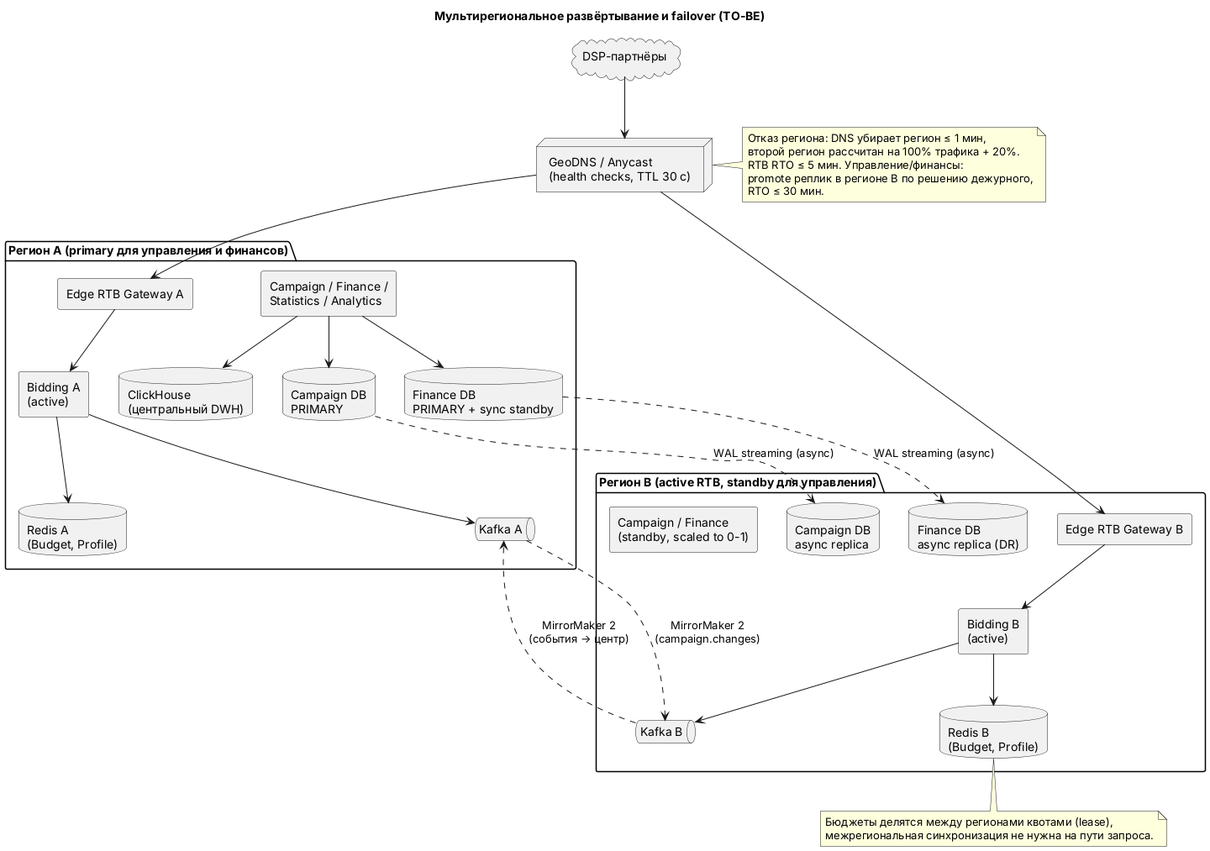
This is Task3/diagrams/multi-region-failover.png from gru1988/Solution-AdScale, a PlantUML export, as it was before one commit.
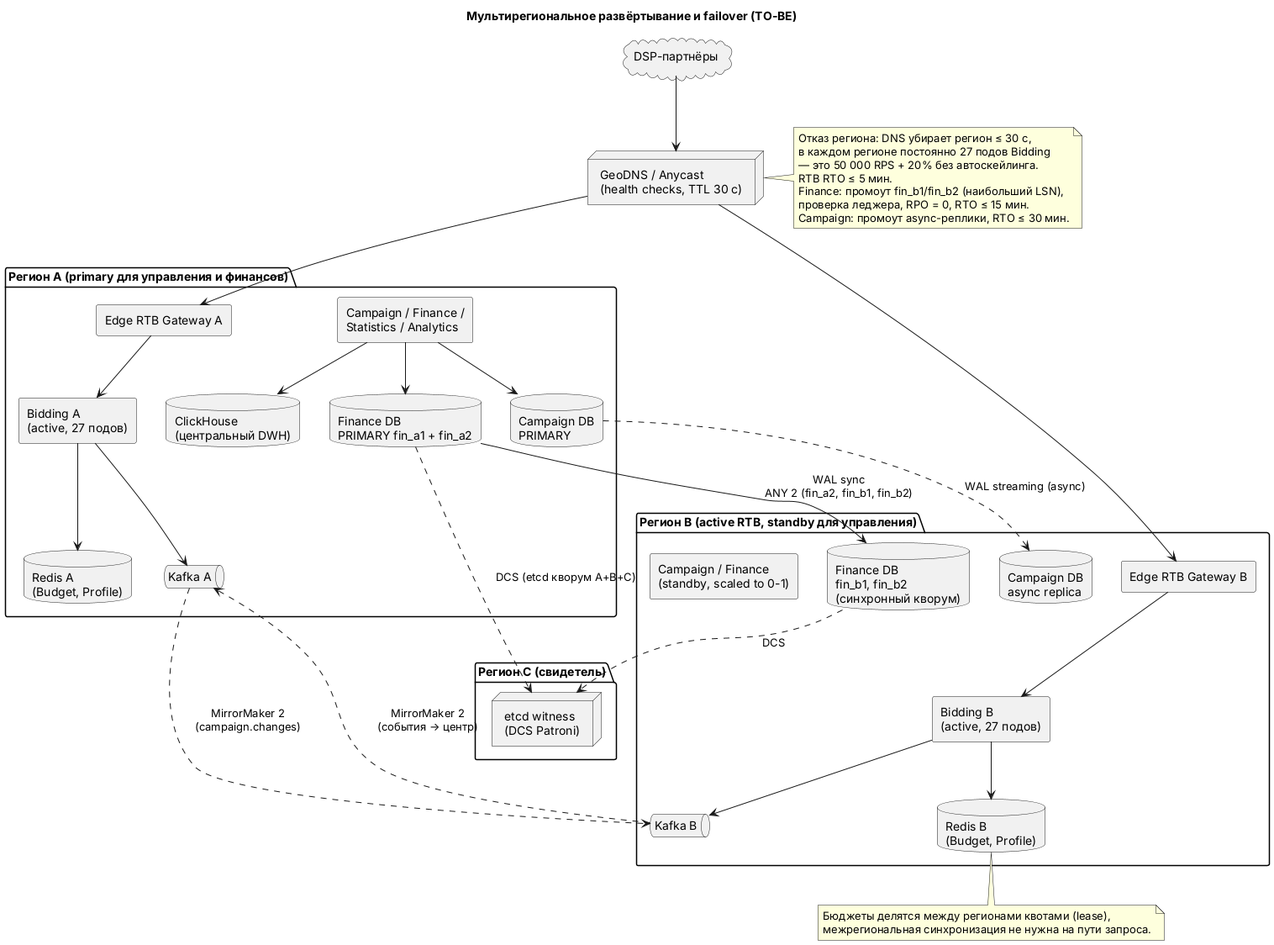
After the change.

What changed in the source:
```diff
@@ -8,23 +8,27 @@
 
 package "Регион A (primary для управления и финансов)" {
   [Edge RTB Gateway A] as gwA
-  [Bidding A\n(active)] as bidA
+  [Bidding A\n(active, 27 подов)] as bidA
   database "Redis A\n(Budget, Profile)" as redisA
   queue "Kafka A" as kA
   database "Campaign DB\nPRIMARY" as campA
-  database "Finance DB\nPRIMARY + sync standby" as finA
+  database "Finance DB\nPRIMARY fin_a1 + fin_a2" as finA
   database "ClickHouse\n(центральный DWH)" as chA
   [Campaign / Finance /\nStatistics / Analytics] as svcA
 }
 
 package "Регион B (active RTB, standby для управления)" {
   [Edge RTB Gateway B] as gwB
-  [Bidding B\n(active)] as bidB
+  [Bidding B\n(active, 27 подов)] as bidB
   database "Redis B\n(Budget, Profile)" as redisB
   queue "Kafka B" as kB
   database "Campaign DB\nasync replica" as campB
-  database "Finance DB\nasync replica (DR)" as finB
+  database "Finance DB\nfin_b1, fin_b2\n(синхронный кворум)" as finB
   [Campaign / Finance\n(standby, scaled to 0-1)] as svcB
+}
+
+package "Регион C (свидетель)" {
+  node "etcd witness\n(DCS Patroni)" as witness
 }
 
 dsp --> dns
@@ -43,7 +47,10 @@
 kB ..> kA : MirrorMaker 2\n(события → центр)
 kA ..> kB : MirrorMaker 2\n(campaign.changes)
 campA ..> campB : WAL streaming (async)
-finA ..> finB : WAL streaming (async)
+finA --> finB : WAL sync\nANY 2 (fin_a2, fin_b1, fin_b2)
+
+finA ..> witness : DCS (etcd кворум A+B+C)
+finB ..> witness : DCS
 
 note bottom of redisB
   Бюджеты делятся между регионами квотами (lease),
@@ -51,10 +58,12 @@
 end note
 
 note right of dns
-  Отказ региона: DNS убирает регион ≤ 1 мин,
-  второй регион рассчитан на 100% трафика + 20%.
-  RTB RTO ≤ 5 мин. Управление/финансы:
-  promote реплик в регионе B по решению дежурного,
-  RTO ≤ 30 мин.
+  Отказ региона: DNS убирает регион ≤ 30 с,
+  в каждом регионе постоянно 27 подов Bidding
+  — это 50 000 RPS + 20% без автоскейлинга.
+  RTB RTO ≤ 5 мин.
+  Finance: промоут fin_b1/fin_b2 (наибольший LSN),
+  проверка леджера, RPO = 0, RTO ≤ 15 мин.
+  Campaign: промоут async-реплики, RTO ≤ 30 мин.
 end note
 @enduml
```
